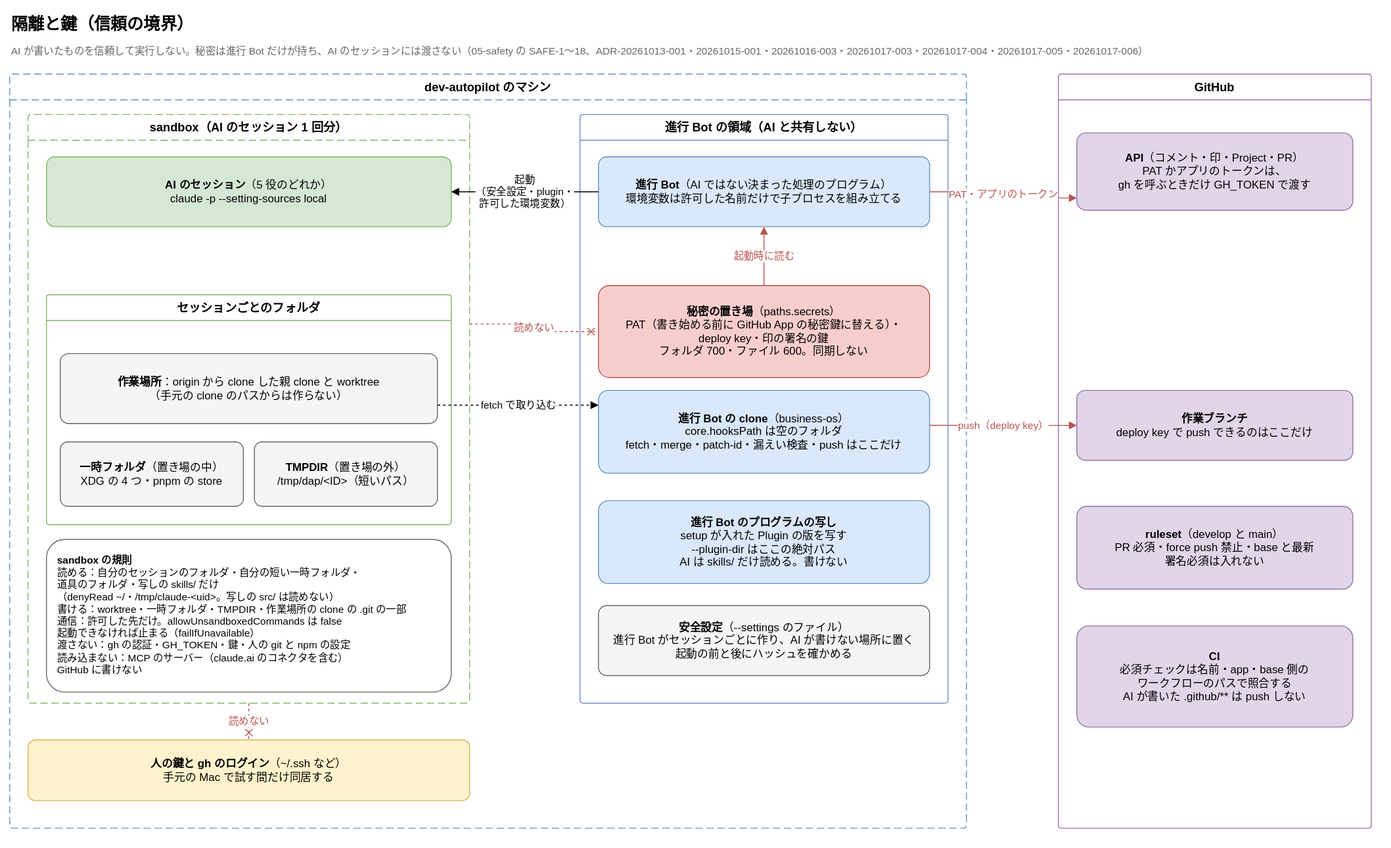
Joymerrevent/dev-autopilot keeps this draw.io diagram as docs/diagrams/isolation-and-keys.drawio.svg. Above is the earlier version. Source tidied: cells renumbered, new cells last; positions are measured from the earlier drawing's top-left corner, leaving out a move shared by most shapes.
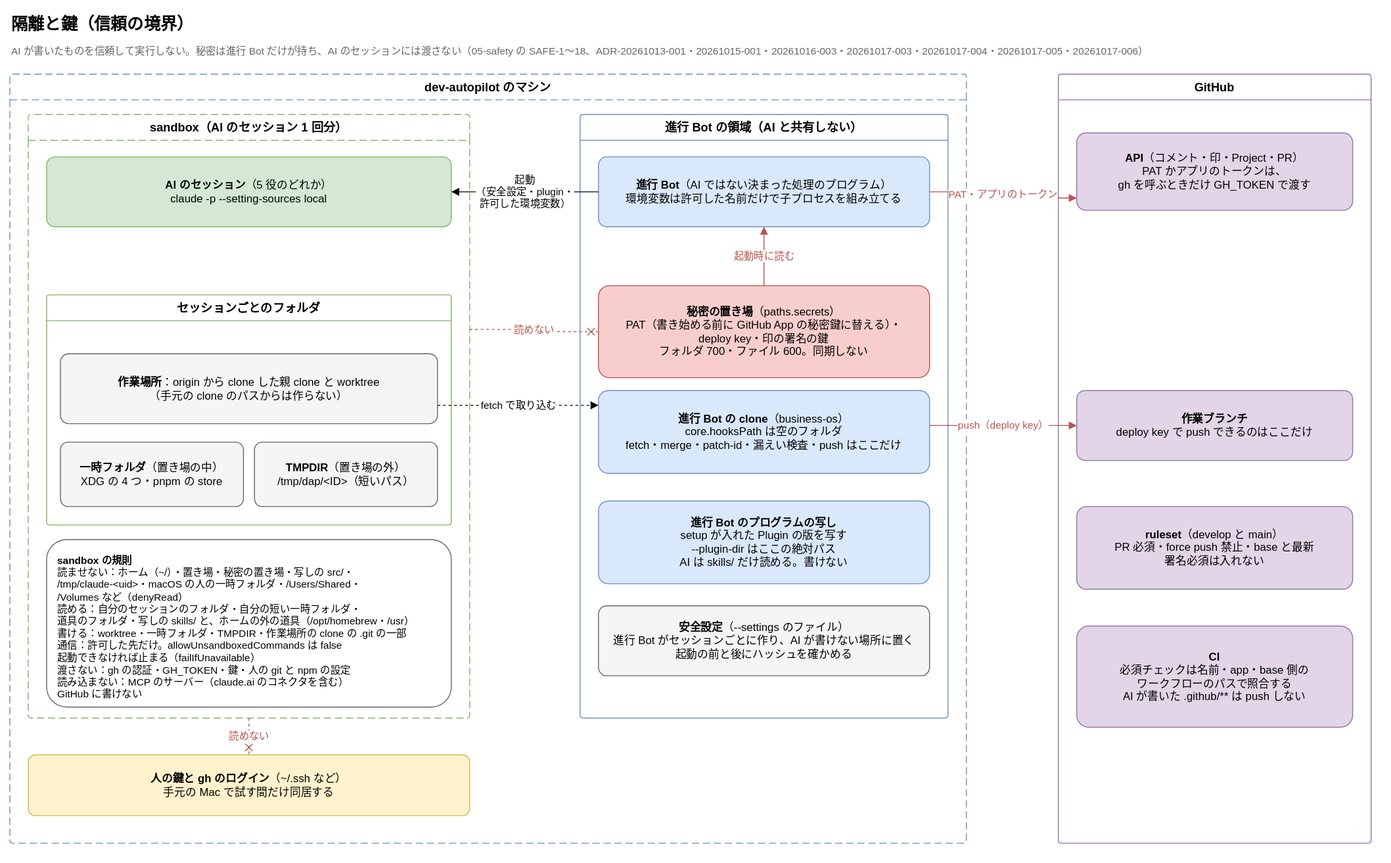
Above is the later version.

What changed in the source:
```diff
@@ -9,10 +9,10 @@
       <mxGeometry y="32" width="1480" height="22" as="geometry" />
     </mxCell>
     <mxCell id="4" value="dev-autopilot のマシン" style="swimlane;startSize=28;html=1;whiteSpace=wrap;rounded=1;arcSize=4;dashed=1;dashPattern=8 4;fontStyle=1;fontSize=13;strokeColor=#6c8ebf;fillColor=none;swimlaneFillColor=none;" parent="1" vertex="1">
-      <mxGeometry y="70" width="1040" height="820" as="geometry" />
+      <mxGeometry y="70" width="1040" height="836" as="geometry" />
     </mxCell>
     <mxCell id="5" value="sandbox（AI のセッション 1 回分）" style="swimlane;startSize=28;html=1;whiteSpace=wrap;rounded=1;arcSize=4;dashed=1;dashPattern=8 4;fontStyle=1;fontSize=13;strokeColor=#82b366;fillColor=none;swimlaneFillColor=none;" parent="4" vertex="1">
-      <mxGeometry x="20" y="44" width="480" height="640" as="geometry" />
+      <mxGeometry x="20" y="44" width="480" height="656" as="geometry" />
     </mxCell>
     <mxCell id="6" value="&lt;b&gt;AI のセッション&lt;/b&gt;（5 役のどれか）&lt;br&gt;claude -p --setting-sources local" style="rounded=1;whiteSpace=wrap;html=1;fontSize=12;arcSize=12;fillColor=#d5e8d4;strokeColor=#82b366;spacing=12;" parent="5" vertex="1">
       <mxGeometry x="20" y="46" width="440" height="76" as="geometry" />
@@ -29,11 +29,11 @@
     <mxCell id="10" value="&lt;b&gt;TMPDIR&lt;/b&gt;（置き場の外）&lt;br&gt;/tmp/dap/&amp;lt;ID&amp;gt;（短いパス）" style="rounded=1;whiteSpace=wrap;html=1;fontSize=12;arcSize=12;fillColor=#f5f5f5;strokeColor=#666666;spacing=12;" parent="7" vertex="1">
       <mxGeometry x="226" y="160" width="199" height="70" as="geometry" />
     </mxCell>
-    <mxCell id="11" value="&lt;b&gt;sandbox の規則&lt;/b&gt;&lt;br&gt;読める：自分のセッションのフォルダ・自分の短い一時フォルダ・&lt;br&gt;道具のフォルダ・写しの skills/ だけ&lt;br&gt;（denyRead ~/・/tmp/claude-&amp;lt;uid&amp;gt;。写しの src/ は読めない）&lt;br&gt;書ける：worktree・一時フォルダ・TMPDIR・作業場所の clone の .git の一部&lt;br&gt;通信：許可した先だけ。allowUnsandboxedCommands は false&lt;br&gt;起動できなければ止まる（failIfUnavailable）&lt;br&gt;渡さない：gh の認証・GH_TOKEN・鍵・人の git と npm の設定&lt;br&gt;読み込まない：MCP のサーバー（claude.ai のコネクタを含む）&lt;br&gt;GitHub に書けない" style="rounded=1;whiteSpace=wrap;html=1;fontSize=12;arcSize=12;align=left;verticalAlign=top;fontSize=11;fillColor=#ffffff;strokeColor=#666666;spacing=12;" parent="5" vertex="1">
-      <mxGeometry x="20" y="462" width="440" height="166" as="geometry" />
+    <mxCell id="11" value="&lt;b&gt;sandbox の規則&lt;/b&gt;&lt;br&gt;読ませない：ホーム（~/）・置き場・秘密の置き場・写しの src/・&lt;br&gt;/tmp/claude-&amp;lt;uid&amp;gt;・macOS の人の一時フォルダ・/Users/Shared・&lt;br&gt;/Volumes など（denyRead）&lt;br&gt;読める：自分のセッションのフォルダ・自分の短い一時フォルダ・&lt;br&gt;道具のフォルダ・写しの skills/ と、ホームの外の道具（/opt/homebrew・/usr）&lt;br&gt;書ける：worktree・一時フォルダ・TMPDIR・作業場所の clone の .git の一部&lt;br&gt;通信：許可した先だけ。allowUnsandboxedCommands は false&lt;br&gt;起動できなければ止まる（failIfUnavailable）&lt;br&gt;渡さない：gh の認証・GH_TOKEN・鍵・人の git と npm の設定&lt;br&gt;読み込まない：MCP のサーバー（claude.ai のコネクタを含む）&lt;br&gt;GitHub に書けない" style="rounded=1;whiteSpace=wrap;html=1;fontSize=12;arcSize=12;align=left;verticalAlign=top;fontSize=11;fillColor=#ffffff;strokeColor=#666666;spacing=12;" parent="5" vertex="1">
+      <mxGeometry x="20" y="462" width="440" height="182" as="geometry" />
     </mxCell>
     <mxCell id="12" value="進行 Bot の領域（AI と共有しない）" style="swimlane;startSize=28;html=1;whiteSpace=wrap;rounded=1;arcSize=4;fontStyle=1;fontSize=13;strokeColor=#6c8ebf;fillColor=none;swimlaneFillColor=none;" parent="4" vertex="1">
-      <mxGeometry x="620" y="44" width="400" height="640" as="geometry" />
+      <mxGeometry x="620" y="44" width="400" height="656" as="geometry" />
     </mxCell>
     <mxCell id="13" value="&lt;b&gt;進行 Bot&lt;/b&gt;（AI ではない決まった処理のプログラム）&lt;br&gt;環境変数は許可した名前だけで子プロセスを組み立てる" style="rounded=1;whiteSpace=wrap;html=1;fontSize=12;arcSize=12;fillColor=#dae8fc;strokeColor=#6c8ebf;spacing=12;" parent="12" vertex="1">
       <mxGeometry x="20" y="46" width="360" height="76" as="geometry" />
@@ -51,10 +51,10 @@
       <mxGeometry x="20" y="534" width="360" height="76" as="geometry" />
     </mxCell>
     <mxCell id="18" value="&lt;b&gt;人の鍵と gh のログイン&lt;/b&gt;（~/.ssh など）&lt;br&gt;手元の Mac で試す間だけ同居する" style="rounded=1;whiteSpace=wrap;html=1;fontSize=12;arcSize=12;fillColor=#fff2cc;strokeColor=#d6b656;spacing=12;" parent="4" vertex="1">
-      <mxGeometry x="20" y="724" width="480" height="66" as="geometry" />
+      <mxGeometry x="20" y="740" width="480" height="66" as="geometry" />
     </mxCell>
     <mxCell id="19" value="GitHub" style="swimlane;startSize=28;html=1;whiteSpace=wrap;rounded=1;arcSize=4;fontStyle=1;fontSize=13;strokeColor=#9673a6;fillColor=none;swimlaneFillColor=none;" parent="1" vertex="1">
-      <mxGeometry x="1140" y="70" width="340" height="820" as="geometry" />
+      <mxGeometry x="1140" y="70" width="340" height="836" as="geometry" />
     </mxCell>
     <mxCell id="20" value="&lt;b&gt;API&lt;/b&gt;（コメント・印・Project・PR）&lt;br&gt;PAT かアプリのトークンは、&lt;br&gt;gh を呼ぶときだけ GH_TOKEN で渡す" style="rounded=1;whiteSpace=wrap;html=1;fontSize=12;arcSize=12;fillColor=#e1d5e7;strokeColor=#9673a6;spacing=12;" parent="19" vertex="1">
       <mxGeometry x="20" y="64" width="300" height="84" as="geometry" />
```
